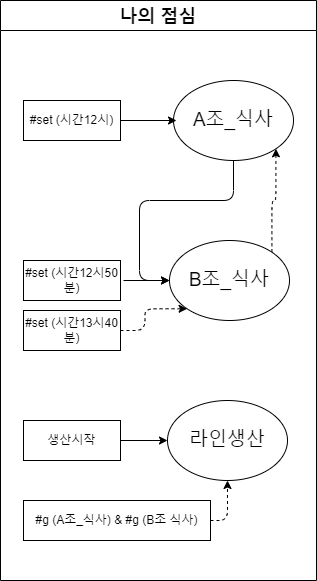
Before: MySystem/png/my3.dio.png, a diagram exported from draw.io (DualsoftDev/ds). Source tidied: cells renumbered, new cells last; positions are measured from the earlier drawing's top-left corner, leaving out a move shared by most shapes. The source it was exported from:
```xml
<mxGraphModel>
  <root>
    <mxCell id="0" />
    <mxCell id="1" parent="0" />
    <mxCell id="2" value="나의 점심" style="swimlane;labelBackgroundColor=#FFFFFF;fontColor=none;fontSize=18;startSize=30;" parent="1" vertex="1">
      <mxGeometry width="316" height="580" as="geometry" />
    </mxCell>
    <mxCell id="3" style="edgeStyle=orthogonalEdgeStyle;html=1;exitX=0.5;exitY=1;exitDx=0;exitDy=0;entryX=0;entryY=0.5;entryDx=0;entryDy=0;" parent="2" edge="1" source="4" target="6">
      <mxGeometry relative="1" as="geometry">
        <Array as="points">
          <mxPoint x="233" y="200" />
          <mxPoint x="139" y="200" />
          <mxPoint x="139" y="280" />
        </Array>
      </mxGeometry>
    </mxCell>
    <mxCell id="4" value="A조_식사" style="ellipse;whiteSpace=wrap;html=1;labelBackgroundColor=#FFFFFF;fontColor=none;fontSize=19;" parent="2" vertex="1">
      <mxGeometry x="173" y="80" width="120" height="80" as="geometry" />
    </mxCell>
    <mxCell id="5" style="edgeStyle=orthogonalEdgeStyle;html=1;exitX=1;exitY=0;exitDx=0;exitDy=0;entryX=1;entryY=1;entryDx=0;entryDy=0;dashed=1;" parent="2" edge="1" source="6" target="4">
      <mxGeometry relative="1" as="geometry" />
    </mxCell>
    <mxCell id="6" value="B조_식사" style="ellipse;whiteSpace=wrap;html=1;labelBackgroundColor=#FFFFFF;fontColor=none;fontSize=19;" parent="2" vertex="1">
      <mxGeometry x="169" y="240" width="120" height="80" as="geometry" />
    </mxCell>
    <mxCell id="7" style="edgeStyle=none;html=1;exitX=1;exitY=0.5;exitDx=0;exitDy=0;entryX=0.025;entryY=0.5;entryDx=0;entryDy=0;entryPerimeter=0;" parent="2" edge="1" source="8" target="4">
      <mxGeometry relative="1" as="geometry" />
    </mxCell>
    <mxCell id="8" value="#set (시간12시)" style="rounded=0;whiteSpace=wrap;html=1;" parent="2" vertex="1">
      <mxGeometry x="23" y="100" width="97" height="40" as="geometry" />
    </mxCell>
    <mxCell id="9" style="edgeStyle=orthogonalEdgeStyle;html=1;exitX=1;exitY=0.5;exitDx=0;exitDy=0;entryX=0.5;entryY=1;entryDx=0;entryDy=0;dashed=1;" parent="2" edge="1" source="10" target="11">
      <mxGeometry relative="1" as="geometry" />
    </mxCell>
    <mxCell id="10" value="#g (A조_식사) &amp;amp; #g (B조 식사)" style="rounded=0;whiteSpace=wrap;html=1;" parent="2" vertex="1">
      <mxGeometry x="23" y="500" width="187" height="40" as="geometry" />
    </mxCell>
    <mxCell id="11" value="라인생산" style="ellipse;whiteSpace=wrap;html=1;labelBackgroundColor=#FFFFFF;fontColor=none;fontSize=19;" parent="2" vertex="1">
      <mxGeometry x="167" y="400" width="120" height="80" as="geometry" />
    </mxCell>
    <mxCell id="12" value="#set (시간12시50분)" style="rounded=0;whiteSpace=wrap;html=1;" parent="2" vertex="1">
      <mxGeometry x="23" y="260" width="97" height="40" as="geometry" />
    </mxCell>
    <mxCell id="13" style="edgeStyle=none;html=1;entryX=0;entryY=0.5;entryDx=0;entryDy=0;" parent="2" edge="1" target="6">
      <mxGeometry relative="1" as="geometry">
        <mxPoint x="123" y="280" as="sourcePoint" />
      </mxGeometry>
    </mxCell>
    <mxCell id="14" value="생산시작" style="rounded=0;whiteSpace=wrap;html=1;" parent="2" vertex="1">
      <mxGeometry x="23" y="420" width="97" height="40" as="geometry" />
    </mxCell>
    <mxCell id="15" style="edgeStyle=orthogonalEdgeStyle;html=1;exitX=1;exitY=0.5;exitDx=0;exitDy=0;entryX=0;entryY=0.5;entryDx=0;entryDy=0;" parent="2" edge="1" source="14" target="11">
      <mxGeometry relative="1" as="geometry" />
    </mxCell>
    <mxCell id="16" style="edgeStyle=orthogonalEdgeStyle;html=1;exitX=1;exitY=0.5;exitDx=0;exitDy=0;entryX=0;entryY=1;entryDx=0;entryDy=0;dashed=1;" parent="2" edge="1" source="17" target="6">
      <mxGeometry relative="1" as="geometry" />
    </mxCell>
    <mxCell id="17" value="#set (시간13시40분)" style="rounded=0;whiteSpace=wrap;html=1;" parent="2" vertex="1">
      <mxGeometry x="23" y="310" width="97" height="40" as="geometry" />
    </mxCell>
  </root>
</mxGraphModel>
```
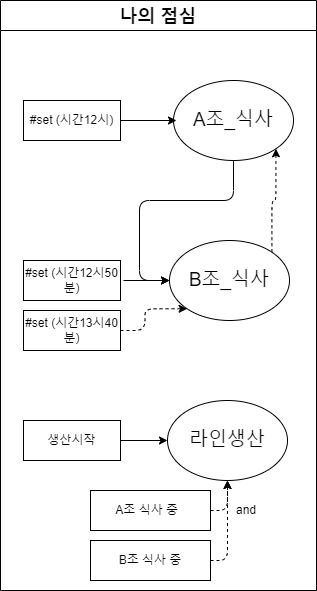
Above is the later version.

What changed in the source:
```diff
@@ -3,7 +3,7 @@
     <mxCell id="0" />
     <mxCell id="1" parent="0" />
     <mxCell id="2" value="나의 점심" style="swimlane;labelBackgroundColor=#FFFFFF;fontColor=none;fontSize=18;startSize=30;" parent="1" vertex="1">
-      <mxGeometry width="316" height="580" as="geometry" />
+      <mxGeometry width="316" height="590" as="geometry" />
     </mxCell>
     <mxCell id="3" style="edgeStyle=orthogonalEdgeStyle;html=1;exitX=0.5;exitY=1;exitDx=0;exitDy=0;entryX=0;entryY=0.5;entryDx=0;entryDy=0;" parent="2" edge="1" source="4" target="6">
       <mxGeometry relative="1" as="geometry">
@@ -32,8 +32,8 @@
     <mxCell id="9" style="edgeStyle=orthogonalEdgeStyle;html=1;exitX=1;exitY=0.5;exitDx=0;exitDy=0;entryX=0.5;entryY=1;entryDx=0;entryDy=0;dashed=1;" parent="2" edge="1" source="10" target="11">
       <mxGeometry relative="1" as="geometry" />
     </mxCell>
-    <mxCell id="10" value="#g (A조_식사) &amp;amp; #g (B조 식사)" style="rounded=0;whiteSpace=wrap;html=1;" parent="2" vertex="1">
-      <mxGeometry x="23" y="500" width="187" height="40" as="geometry" />
+    <mxCell id="10" value="A조 식사 중&amp;nbsp;&amp;nbsp;" style="rounded=0;whiteSpace=wrap;html=1;" parent="2" vertex="1">
+      <mxGeometry x="90" y="490" width="120" height="40" as="geometry" />
     </mxCell>
     <mxCell id="11" value="라인생산" style="ellipse;whiteSpace=wrap;html=1;labelBackgroundColor=#FFFFFF;fontColor=none;fontSize=19;" parent="2" vertex="1">
       <mxGeometry x="167" y="400" width="120" height="80" as="geometry" />
@@ -58,5 +58,14 @@
     <mxCell id="17" value="#set (시간13시40분)" style="rounded=0;whiteSpace=wrap;html=1;" parent="2" vertex="1">
       <mxGeometry x="23" y="310" width="97" height="40" as="geometry" />
     </mxCell>
+    <mxCell id="18" value="B조 식사 중" style="rounded=0;whiteSpace=wrap;html=1;" parent="2" vertex="1">
+      <mxGeometry x="90" y="540" width="120" height="40" as="geometry" />
+    </mxCell>
+    <mxCell id="19" style="edgeStyle=orthogonalEdgeStyle;html=1;exitX=1;exitY=0.5;exitDx=0;exitDy=0;entryX=0.5;entryY=1;entryDx=0;entryDy=0;dashed=1;" parent="2" edge="1" source="18" target="11">
+      <mxGeometry relative="1" as="geometry" />
+    </mxCell>
+    <mxCell id="20" value="and" style="text;html=1;strokeColor=none;fillColor=none;align=center;verticalAlign=middle;whiteSpace=wrap;rounded=0;" parent="2" vertex="1">
+      <mxGeometry x="216" y="495" width="60" height="30" as="geometry" />
+    </mxCell>
   </root>
 </mxGraphModel>
```
